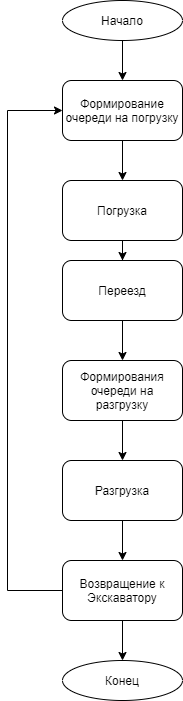
The draw.io diagram start block cxeme.png in monsegard/praktik, before a commit. Source tidied: cells renumbered, new cells last; positions are measured from the earlier drawing's top-left corner, leaving out a move shared by most shapes.
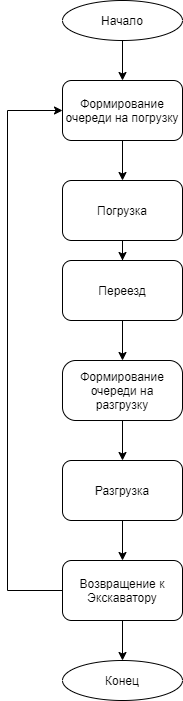
Above is the later version.

Diff of the diagram source:
```diff
@@ -23,7 +23,7 @@
     <mxCell id="8" style="edgeStyle=orthogonalEdgeStyle;rounded=0;jettySize=auto;html=1;" parent="1" edge="1" source="9" target="11">
       <mxGeometry relative="1" as="geometry" />
     </mxCell>
-    <mxCell id="9" value="Формирования очереди на разгрузку" style="rounded=1;whiteSpace=wrap;html=1;fillColor=#ffffff;" parent="1" vertex="1">
+    <mxCell id="9" value="Формирование очереди на разгрузку" style="rounded=1;whiteSpace=wrap;html=1;fillColor=#ffffff;arcSize=22;" parent="1" vertex="1">
       <mxGeometry x="55" y="360" width="120" height="60" as="geometry" />
     </mxCell>
     <mxCell id="10" style="edgeStyle=orthogonalEdgeStyle;rounded=0;jettySize=auto;html=1;" parent="1" edge="1" source="11" target="14">
```
